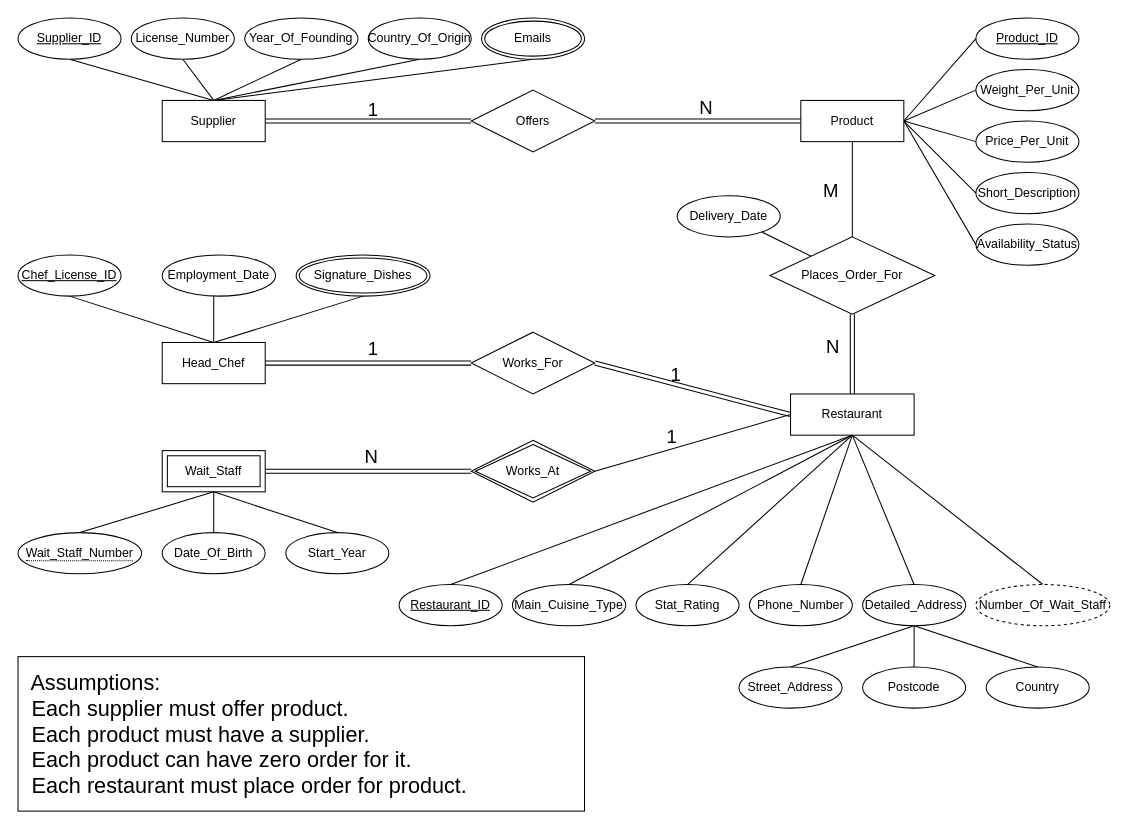
The draw.io diagram Untitled Diagram.drawio in Jack-UNSW/ohmyzsh, before the edit. Source tidied: cells renumbered, new cells numbered last; positions are measured from the earlier drawing's top-left corner, leaving out a move shared by most shapes. Both pictures are drawn from the tidied source at 103%, with x=0, y=0 at pixel (18, 18).
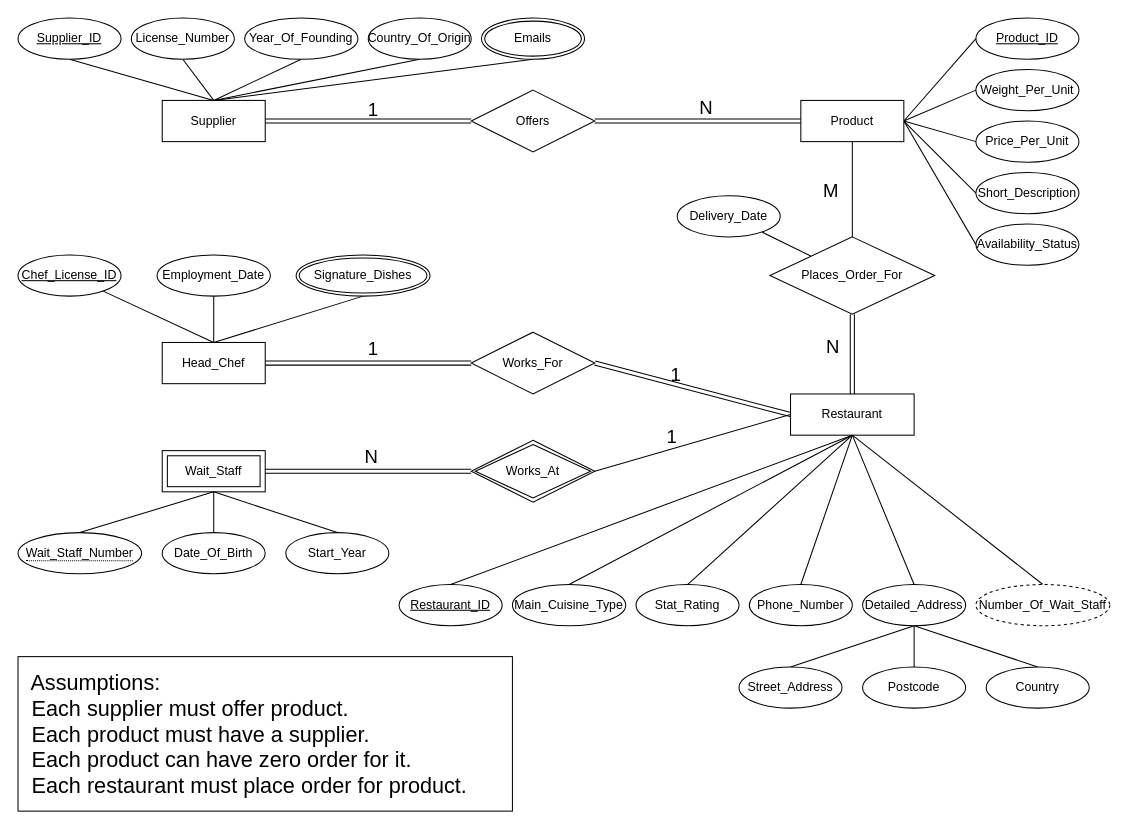
The same page after the edit.

The change refers to these unchanged cells:
```xml
<mxCell id="6" value="Head_Chef" style="whiteSpace=wrap;html=1;align=center;" parent="1" vertex="1">
  <mxGeometry x="140" y="315" width="100" height="40" as="geometry" />
</mxCell>
<mxCell id="58" value="Chef_License_ID" style="ellipse;whiteSpace=wrap;html=1;align=center;fontStyle=4;" parent="1" vertex="1">
  <mxGeometry y="230" width="100" height="40" as="geometry" />
</mxCell>
<mxCell id="61" value="Signature_Dishes" style="ellipse;shape=doubleEllipse;margin=3;whiteSpace=wrap;html=1;align=center;" parent="1" vertex="1">
  <mxGeometry x="270" y="230" width="130" height="40" as="geometry" />
</mxCell>
```

What changed in the source:
```diff
@@
+    <mxCell id="80" style="rounded=0;jettySize=auto;html=1;exitX=0.5;exitY=0;exitDx=0;exitDy=0;endArrow=none;endFill=0;" parent="1" edge="1" source="6" target="58">
+      <mxGeometry relative="1" as="geometry" />
+    </mxCell>
+    <mxCell id="81" style="edgeStyle=none;rounded=0;jettySize=auto;html=1;exitX=0.5;exitY=0;exitDx=0;exitDy=0;entryX=0.5;entryY=1;entryDx=0;entryDy=0;endArrow=none;endFill=0;" parent="1" edge="1" source="6" target="61">
+      <mxGeometry relative="1" as="geometry" />
+    </mxCell>
@@
-    <mxCell id="57" style="edgeStyle=none;rounded=0;jettySize=auto;html=1;exitX=0.5;exitY=1;exitDx=0;exitDy=0;entryX=0.5;entryY=0;entryDx=0;entryDy=0;endArrow=none;endFill=0;" parent="1" edge="1" source="58" target="6">
-      <mxGeometry relative="1" as="geometry" />
-    </mxCell>
@@
+    <mxCell id="82" style="edgeStyle=none;rounded=0;jettySize=auto;html=1;exitX=0.5;exitY=1;exitDx=0;exitDy=0;entryX=0.5;entryY=0;entryDx=0;entryDy=0;endArrow=none;endFill=0;" parent="1" edge="1" source="59" target="6">
+      <mxGeometry relative="1" as="geometry" />
+    </mxCell>
     <mxCell id="59" value="Employment_Date" style="ellipse;whiteSpace=wrap;html=1;align=center;" parent="1" vertex="1">
-      <mxGeometry x="140" y="230" width="110" height="40" as="geometry" />
+      <mxGeometry x="135" y="230" width="110" height="40" as="geometry" />
     </mxCell>
-    <mxCell id="60" style="edgeStyle=none;rounded=0;jettySize=auto;html=1;exitX=0.5;exitY=1;exitDx=0;exitDy=0;endArrow=none;endFill=0;entryX=0.5;entryY=0;entryDx=0;entryDy=0;" parent="1" edge="1" source="61" target="6">
-      <mxGeometry relative="1" as="geometry" />
-    </mxCell>
@@
-    <mxCell id="62" style="endArrow=none;html=1;rounded=0;entryX=0.5;entryY=0;entryDx=0;entryDy=0;" parent="1" edge="1" target="6">
-      <mxGeometry relative="1" as="geometry">
-        <mxPoint x="190" y="270" as="sourcePoint" />
-      </mxGeometry>
-    </mxCell>
@@
     <mxCell id="79" value="&lt;span&gt;&amp;nbsp; Assumptions:&amp;nbsp;&lt;/span&gt;&lt;br&gt;&lt;span&gt;&amp;nbsp; Each supplier must offer product.&lt;/span&gt;&lt;br&gt;&lt;span&gt;&amp;nbsp; Each product must have a supplier.&lt;br&gt;&lt;/span&gt;&amp;nbsp; Each product can have zero order for it.&lt;br&gt;&lt;span&gt;&amp;nbsp; Each restaurant must place order for product.&lt;/span&gt;" style="rounded=0;whiteSpace=wrap;html=1;fontSize=21;align=left;" parent="1" vertex="1">
-      <mxGeometry y="620" width="550" height="150" as="geometry" />
+      <mxGeometry y="620" width="480" height="150" as="geometry" />
     </mxCell>
```
